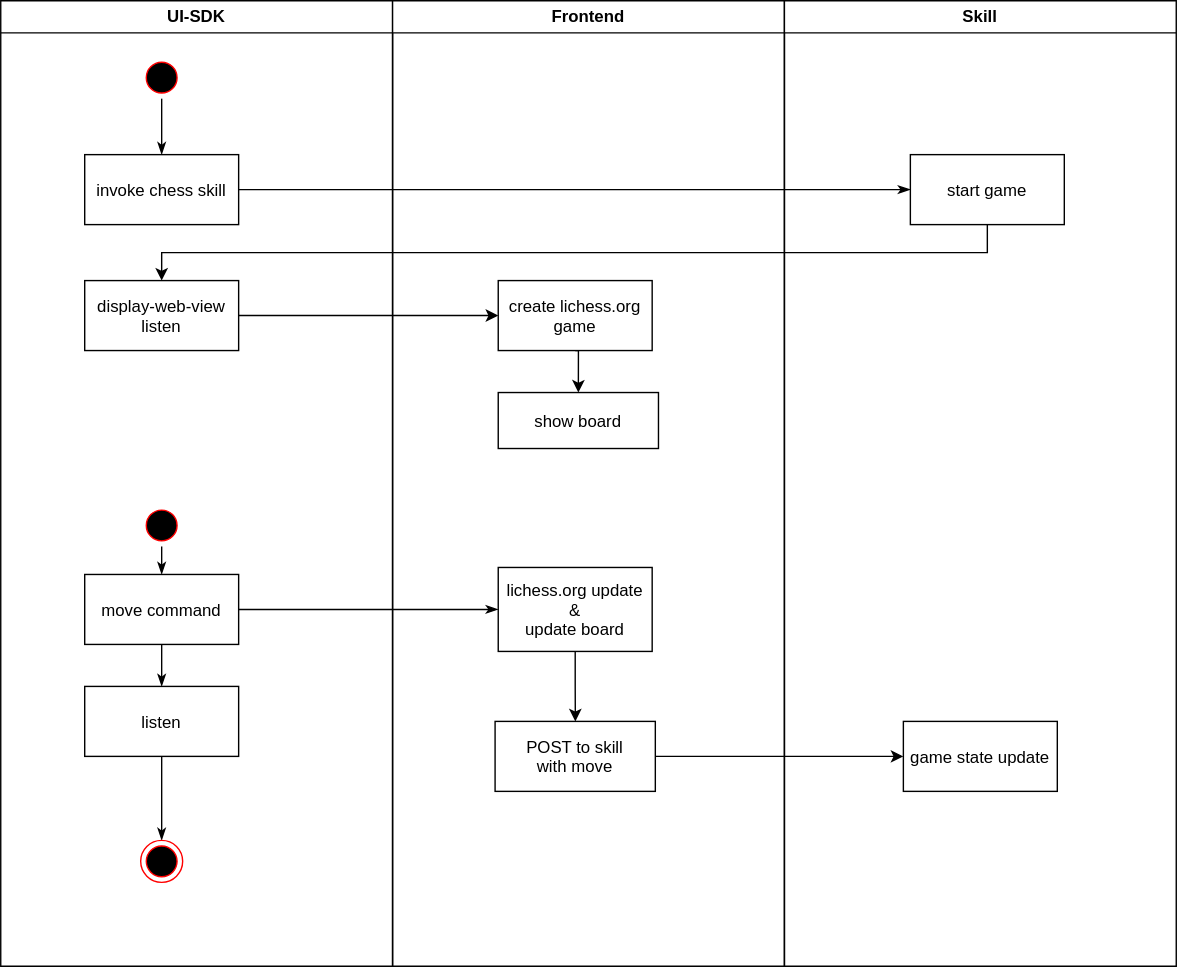
The draw.io diagram docs/flows-Command Flow.svg in mosure/chess-assistant-skill, before a commit. Source tidied: cells renumbered, new cells last; positions are measured from the earlier drawing's top-left corner, leaving out a move shared by most shapes.
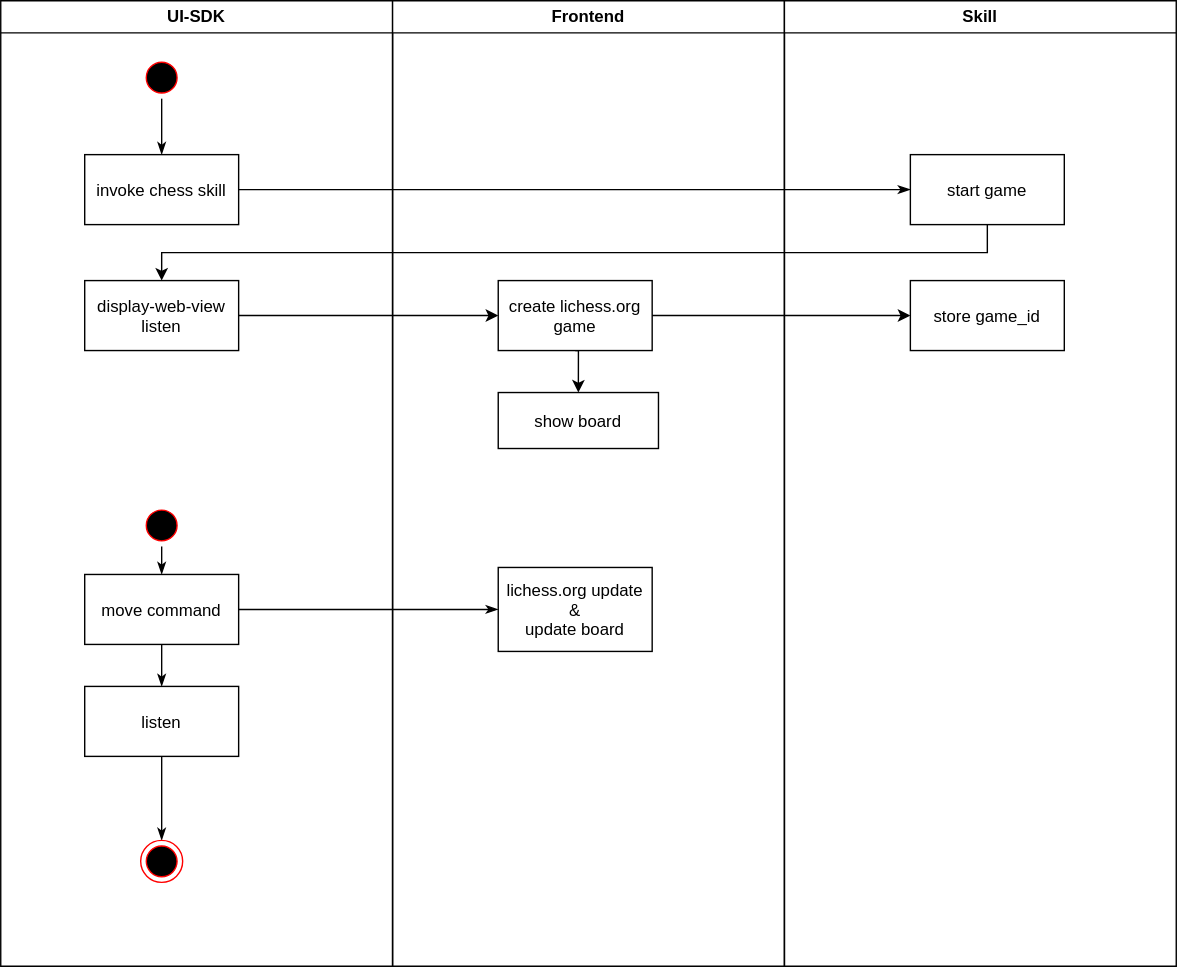
The same diagram one commit later.

Change to the diagram source:
```diff
@@ -44,9 +44,6 @@
     <mxCell id="15" value="show board" parent="14" vertex="1">
       <mxGeometry x="75.5" y="280" width="114.5" height="40" as="geometry" />
     </mxCell>
-    <mxCell id="16" style="edgeStyle=orthogonalEdgeStyle;rounded=0;jettySize=auto;html=1;exitX=0.5;exitY=1;exitDx=0;exitDy=0;" parent="14" edge="1" source="17" target="20">
-      <mxGeometry relative="1" as="geometry" />
-    </mxCell>
     <mxCell id="17" value="lichess.org update&#10;&amp;&#10;update board" parent="14" vertex="1">
       <mxGeometry x="75.5" y="405" width="110" height="60" as="geometry" />
     </mxCell>
@@ -56,17 +53,14 @@
     <mxCell id="19" value="create lichess.org&#10;game" parent="14" vertex="1">
       <mxGeometry x="75.5" y="200" width="110" height="50" as="geometry" />
     </mxCell>
-    <mxCell id="20" value="POST to skill&#10;with move" parent="14" vertex="1">
-      <mxGeometry x="73.2" y="515" width="114.5" height="50" as="geometry" />
-    </mxCell>
     <mxCell id="21" value="Skill" style="swimlane;whiteSpace=wrap;startSize=23;" parent="1" vertex="1">
       <mxGeometry x="560" width="280" height="690" as="geometry" />
     </mxCell>
     <mxCell id="22" value="start game" parent="21" vertex="1">
       <mxGeometry x="90" y="110" width="110" height="50" as="geometry" />
     </mxCell>
-    <mxCell id="23" value="game state update" parent="21" vertex="1">
-      <mxGeometry x="85" y="515" width="110" height="50" as="geometry" />
+    <mxCell id="23" value="store game_id" parent="21" vertex="1">
+      <mxGeometry x="90" y="200" width="110" height="50" as="geometry" />
     </mxCell>
     <mxCell id="24" style="edgeStyle=orthogonalEdgeStyle;rounded=0;jettySize=auto;html=1;exitX=1;exitY=0.5;exitDx=0;exitDy=0;entryX=0;entryY=0.5;entryDx=0;entryDy=0;endArrow=classicThin;endFill=1;strokeColor=#000000;" parent="1" edge="1" source="5" target="22">
       <mxGeometry relative="1" as="geometry" />
@@ -80,8 +74,8 @@
     <mxCell id="27" style="edgeStyle=orthogonalEdgeStyle;rounded=0;jettySize=auto;html=1;exitX=1;exitY=0.5;exitDx=0;exitDy=0;entryX=0;entryY=0.5;entryDx=0;entryDy=0;" parent="1" edge="1" source="6" target="19">
       <mxGeometry relative="1" as="geometry" />
     </mxCell>
-    <mxCell id="28" style="edgeStyle=orthogonalEdgeStyle;rounded=0;jettySize=auto;html=1;exitX=1;exitY=0.5;exitDx=0;exitDy=0;entryX=0;entryY=0.5;entryDx=0;entryDy=0;" parent="1" edge="1" source="20" target="23">
-      <mxGeometry relative="1" as="geometry" />
-    </mxCell>
+    <mxCell id="29" style="edgeStyle=orthogonalEdgeStyle;rounded=0;jettySize=auto;html=1;exitX=1;exitY=0.5;exitDx=0;exitDy=0;entryX=0;entryY=0.5;entryDx=0;entryDy=0;" parent="1" edge="1" source="19" target="23">
+      <mxGeometry relative="1" as="geometry" />
+    </mxCell>
   </root>
 </mxGraphModel>
```
